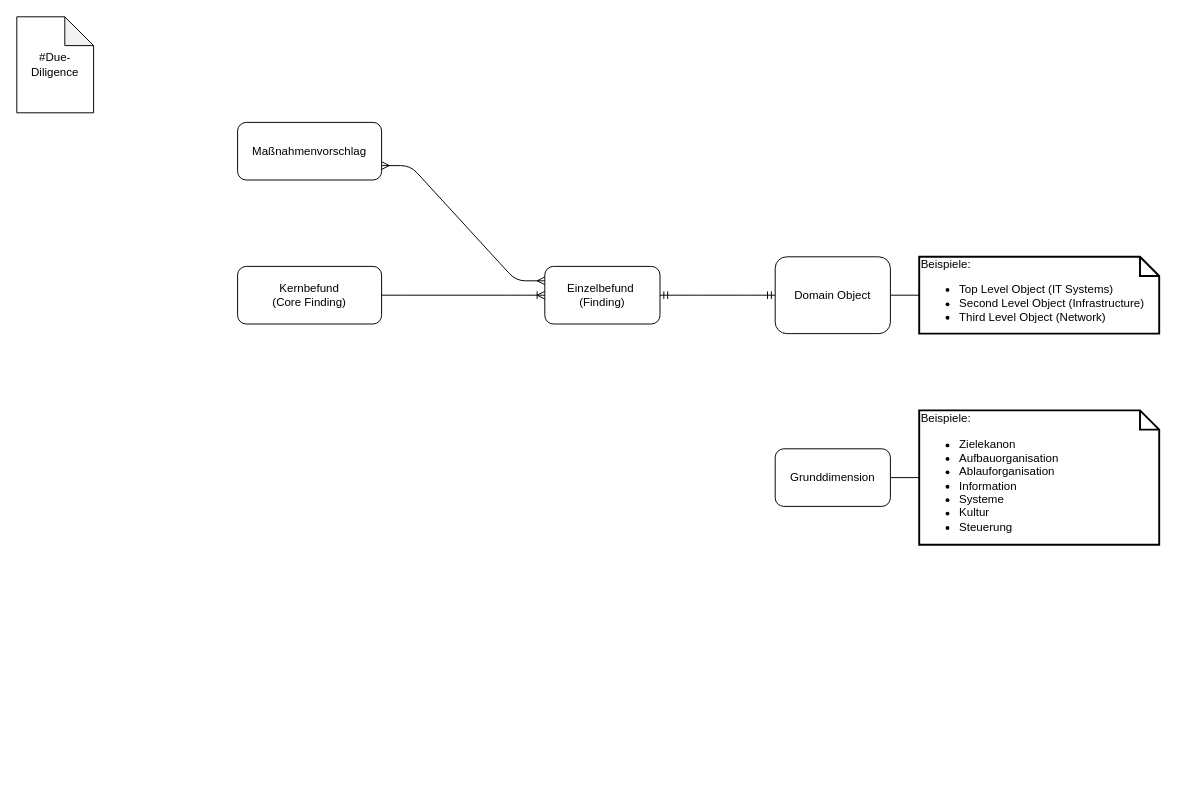
Before: informationsmodell.drawio in fguendling/due-diligence-tool, a draw.io diagram. Source tidied: cells renumbered, new cells numbered last; positions are measured from the earlier drawing's top-left corner, leaving out a move shared by most shapes. Both pictures are drawn from the tidied source at 96%, with x=0, y=0 at pixel (16, 16).
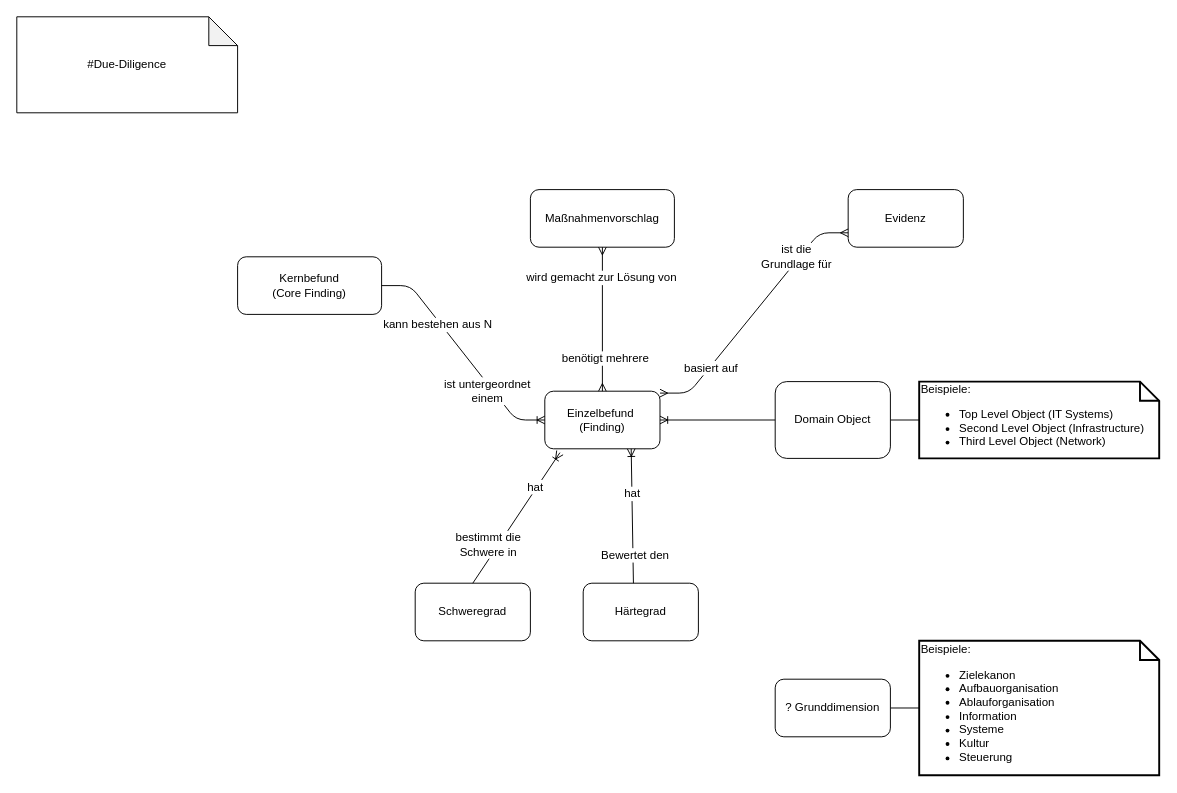
The same diagram, later.

Commit message:
Beschriftungen hinzugefügt

Unchanged cells that the change refers to:
```xml
<mxCell id="7" style="edgeStyle=entityRelationEdgeStyle;fontSize=12;html=1;endArrow=ERoneToMany;entryX=0;entryY=0.5;entryDx=0;entryDy=0;" parent="1" edge="1" source="6" target="3">
  <mxGeometry relative="1" as="geometry" />
</mxCell>
```

The edit, as a diff of the source:
```diff
@@
     <mxCell id="2" value="#Due-Diligence" style="shape=note;whiteSpace=wrap;html=1;backgroundOutline=1;darkOpacity=0.05;" parent="1" vertex="1">
-      <mxGeometry width="80" height="100" as="geometry" />
+      <mxGeometry width="230" height="100" as="geometry" />
     </mxCell>
     <mxCell id="3" value="&lt;span style=&quot;white-space: normal&quot;&gt;Einzelbefund&amp;nbsp;&lt;/span&gt;&lt;br style=&quot;white-space: normal&quot;&gt;&lt;span style=&quot;white-space: normal&quot;&gt;(Finding)&lt;/span&gt;" style="rounded=1;whiteSpace=wrap;html=1;" parent="1" vertex="1">
-      <mxGeometry x="550" y="260" width="120" height="60" as="geometry" />
+      <mxGeometry x="550" y="390" width="120" height="60" as="geometry" />
     </mxCell>
@@
-    <mxCell id="5" value="Grunddimension" style="rounded=1;whiteSpace=wrap;html=1;" parent="1" vertex="1">
-      <mxGeometry x="790" y="450" width="120" height="60" as="geometry" />
+    <mxCell id="5" value="? Grunddimension" style="rounded=1;whiteSpace=wrap;html=1;" parent="1" vertex="1">
+      <mxGeometry x="790" y="690" width="120" height="60" as="geometry" />
     </mxCell>
     <mxCell id="6" value="Kernbefund&lt;br&gt;(Core Finding)" style="rounded=1;whiteSpace=wrap;html=1;" parent="1" vertex="1">
-      <mxGeometry x="230" y="260" width="150" height="60" as="geometry" />
+      <mxGeometry x="230" y="250" width="150" height="60" as="geometry" />
     </mxCell>
@@
+    <mxCell id="15" value="kann bestehen aus N&amp;nbsp;" style="text;html=1;align=center;verticalAlign=middle;labelBackgroundColor=#ffffff;" parent="7" vertex="1">
+      <mxGeometry x="-0.65" y="-19" relative="1" as="geometry">
+        <mxPoint x="37.5" y="19" as="offset" />
+      </mxGeometry>
+    </mxCell>
+    <mxCell id="16" value="ist untergeordnet &lt;br&gt;einem" style="text;html=1;align=center;verticalAlign=middle;labelBackgroundColor=#ffffff;" parent="7" vertex="1">
+      <mxGeometry x="0.58" y="-1" relative="1" as="geometry">
+        <mxPoint x="-17" y="-15" as="offset" />
+      </mxGeometry>
+    </mxCell>
@@
     <mxCell id="9" value="Domain Object" style="rounded=1;whiteSpace=wrap;html=1;align=center;" parent="1" vertex="1">
-      <mxGeometry x="790" y="250" width="120" height="80" as="geometry" />
+      <mxGeometry x="790" y="380" width="120" height="80" as="geometry" />
     </mxCell>
     <mxCell id="10" value="&lt;span style=&quot;font-size: 12px&quot;&gt;Beispiele:&amp;nbsp;&lt;/span&gt;&lt;br style=&quot;font-size: 12px&quot;&gt;&lt;ul style=&quot;font-size: 12px&quot;&gt;&lt;li&gt;Top Level Object (IT Systems)&lt;/li&gt;&lt;li&gt;Second Level Object (Infrastructure)&lt;/li&gt;&lt;li&gt;Third Level Object (Network)&lt;/li&gt;&lt;/ul&gt;" style="shape=note;strokeWidth=2;fontSize=14;size=20;whiteSpace=wrap;html=1;align=left;" parent="1" vertex="1">
-      <mxGeometry x="940" y="250" width="250" height="80" as="geometry" />
+      <mxGeometry x="940" y="380" width="250" height="80" as="geometry" />
     </mxCell>
     <mxCell id="11" value="Maßnahmenvorschlag" style="rounded=1;html=1;whiteSpace=wrap;" parent="1" vertex="1">
-      <mxGeometry x="230" y="110" width="150" height="60" as="geometry" />
+      <mxGeometry x="535" y="180" width="150" height="60" as="geometry" />
     </mxCell>
-    <mxCell id="12" style="edgeStyle=entityRelationEdgeStyle;fontSize=12;html=1;endArrow=ERmandOne;startArrow=ERmandOne;strokeColor=#000000;exitX=1;exitY=0.5;exitDx=0;exitDy=0;" parent="1" edge="1" source="3" target="9">
-      <mxGeometry relative="1" as="geometry" />
-    </mxCell>
+    <mxCell id="14" value="&lt;span style=&quot;font-size: 12px&quot;&gt;Beispiele:&amp;nbsp;&lt;/span&gt;&lt;br style=&quot;font-size: 12px&quot;&gt;&lt;ul style=&quot;font-size: 12px&quot;&gt;&lt;li&gt;Zielekanon&lt;/li&gt;&lt;li&gt;Aufbauorganisation&lt;/li&gt;&lt;li&gt;Ablauforganisation&lt;/li&gt;&lt;li&gt;Information&lt;/li&gt;&lt;li&gt;Systeme&lt;/li&gt;&lt;li&gt;Kultur&lt;/li&gt;&lt;li&gt;Steuerung&lt;/li&gt;&lt;/ul&gt;" style="shape=note;strokeWidth=2;fontSize=14;size=20;whiteSpace=wrap;html=1;align=left;" parent="1" vertex="1">
+      <mxGeometry x="940" y="650" width="250" height="140" as="geometry" />
+    </mxCell>
+    <mxCell id="17" value="Schweregrad" style="rounded=1;whiteSpace=wrap;html=1;" parent="1" vertex="1">
+      <mxGeometry x="415" y="590" width="120" height="60" as="geometry" />
+    </mxCell>
+    <mxCell id="18" value="Härtegrad" style="rounded=1;whiteSpace=wrap;html=1;" parent="1" vertex="1">
+      <mxGeometry x="590" y="590" width="120" height="60" as="geometry" />
+    </mxCell>
-    <mxCell id="13" style="edgeStyle=entityRelationEdgeStyle;fontSize=12;html=1;endArrow=ERmany;startArrow=ERmany;strokeColor=#000000;exitX=1;exitY=0.75;exitDx=0;exitDy=0;entryX=0;entryY=0.25;entryDx=0;entryDy=0;" parent="1" edge="1" source="11" target="3">
+    <mxCell id="13" style="edgeStyle=orthogonalEdgeStyle;fontSize=12;html=1;endArrow=ERmany;startArrow=ERmany;entryX=0.5;entryY=0;entryDx=0;entryDy=0;exitX=0.5;exitY=1;exitDx=0;exitDy=0;" parent="1" edge="1" source="11" target="3">
       <mxGeometry relative="1" as="geometry" />
     </mxCell>
-    <mxCell id="14" value="&lt;span style=&quot;font-size: 12px&quot;&gt;Beispiele:&amp;nbsp;&lt;/span&gt;&lt;br style=&quot;font-size: 12px&quot;&gt;&lt;ul style=&quot;font-size: 12px&quot;&gt;&lt;li&gt;Zielekanon&lt;/li&gt;&lt;li&gt;Aufbauorganisation&lt;/li&gt;&lt;li&gt;Ablauforganisation&lt;/li&gt;&lt;li&gt;Information&lt;/li&gt;&lt;li&gt;Systeme&lt;/li&gt;&lt;li&gt;Kultur&lt;/li&gt;&lt;li&gt;Steuerung&lt;/li&gt;&lt;/ul&gt;" style="shape=note;strokeWidth=2;fontSize=14;size=20;whiteSpace=wrap;html=1;align=left;" parent="1" vertex="1">
-      <mxGeometry x="940" y="410" width="250" height="140" as="geometry" />
-    </mxCell>
+    <mxCell id="19" value="wird gemacht zur Lösung von" style="text;html=1;align=center;verticalAlign=middle;labelBackgroundColor=#ffffff;" parent="13" vertex="1">
+      <mxGeometry x="-0.59" y="-2" relative="1" as="geometry" />
+    </mxCell>
+    <mxCell id="20" value="benötigt mehrere" style="text;html=1;align=center;verticalAlign=middle;labelBackgroundColor=#ffffff;" parent="13" vertex="1">
+      <mxGeometry x="0.53" y="2" relative="1" as="geometry" />
+    </mxCell>
+    <mxCell id="21" style="fontSize=12;html=1;endArrow=ERoneToMany;entryX=0.131;entryY=1.067;entryDx=0;entryDy=0;entryPerimeter=0;exitX=0.5;exitY=0;exitDx=0;exitDy=0;" parent="1" edge="1" source="17" target="3">
+      <mxGeometry relative="1" as="geometry" />
+    </mxCell>
+    <mxCell id="22" value="bestimmt die &lt;br&gt;Schwere in" style="text;html=1;align=center;verticalAlign=middle;labelBackgroundColor=#ffffff;" parent="21" vertex="1">
+      <mxGeometry x="-0.79" y="1" relative="1" as="geometry">
+        <mxPoint x="6.5" y="-25.5" as="offset" />
+      </mxGeometry>
+    </mxCell>
+    <mxCell id="23" value="hat" style="text;html=1;align=center;verticalAlign=middle;labelBackgroundColor=#ffffff;" parent="21" vertex="1">
+      <mxGeometry x="0.77" y="-1" relative="1" as="geometry">
+        <mxPoint x="-16.5" y="20" as="offset" />
+      </mxGeometry>
+    </mxCell>
+    <mxCell id="24" style="fontSize=12;html=1;endArrow=ERoneToMany;entryX=0.75;entryY=1;entryDx=0;entryDy=0;exitX=0.436;exitY=0;exitDx=0;exitDy=0;exitPerimeter=0;" parent="1" edge="1" source="18" target="3">
+      <mxGeometry relative="1" as="geometry" />
+    </mxCell>
+    <mxCell id="25" value="hat" style="text;html=1;align=center;verticalAlign=middle;labelBackgroundColor=#ffffff;" parent="24" vertex="1">
+      <mxGeometry x="0.34" relative="1" as="geometry" />
+    </mxCell>
+    <mxCell id="26" value="Bewertet den" style="text;html=1;align=center;verticalAlign=middle;labelBackgroundColor=#ffffff;" parent="24" vertex="1">
+      <mxGeometry x="-0.59" y="-2" relative="1" as="geometry" />
+    </mxCell>
+    <mxCell id="27" style="fontSize=12;html=1;endArrow=ERoneToMany;entryX=1;entryY=0.5;entryDx=0;entryDy=0;exitX=0;exitY=0.5;exitDx=0;exitDy=0;" parent="1" edge="1" source="9" target="3">
+      <mxGeometry relative="1" as="geometry" />
+    </mxCell>
+    <mxCell id="28" value="Evidenz" style="rounded=1;whiteSpace=wrap;html=1;" parent="1" vertex="1">
+      <mxGeometry x="866" y="180" width="120" height="60" as="geometry" />
+    </mxCell>
+    <mxCell id="29" style="edgeStyle=entityRelationEdgeStyle;fontSize=12;html=1;endArrow=ERmany;startArrow=ERmany;exitX=1;exitY=0.033;exitDx=0;exitDy=0;exitPerimeter=0;entryX=0;entryY=0.75;entryDx=0;entryDy=0;" parent="1" edge="1" source="3" target="28">
+      <mxGeometry relative="1" as="geometry" />
+    </mxCell>
+    <mxCell id="30" value="basiert auf" style="text;html=1;align=center;verticalAlign=middle;labelBackgroundColor=#ffffff;" parent="29" vertex="1">
+      <mxGeometry x="-0.53" y="-1" relative="1" as="geometry" />
+    </mxCell>
+    <mxCell id="31" value="ist die &lt;br&gt;Grundlage für" style="text;html=1;align=center;verticalAlign=middle;labelBackgroundColor=#ffffff;" parent="29" vertex="1">
+      <mxGeometry x="0.53" y="4" relative="1" as="geometry" />
+    </mxCell>
```
